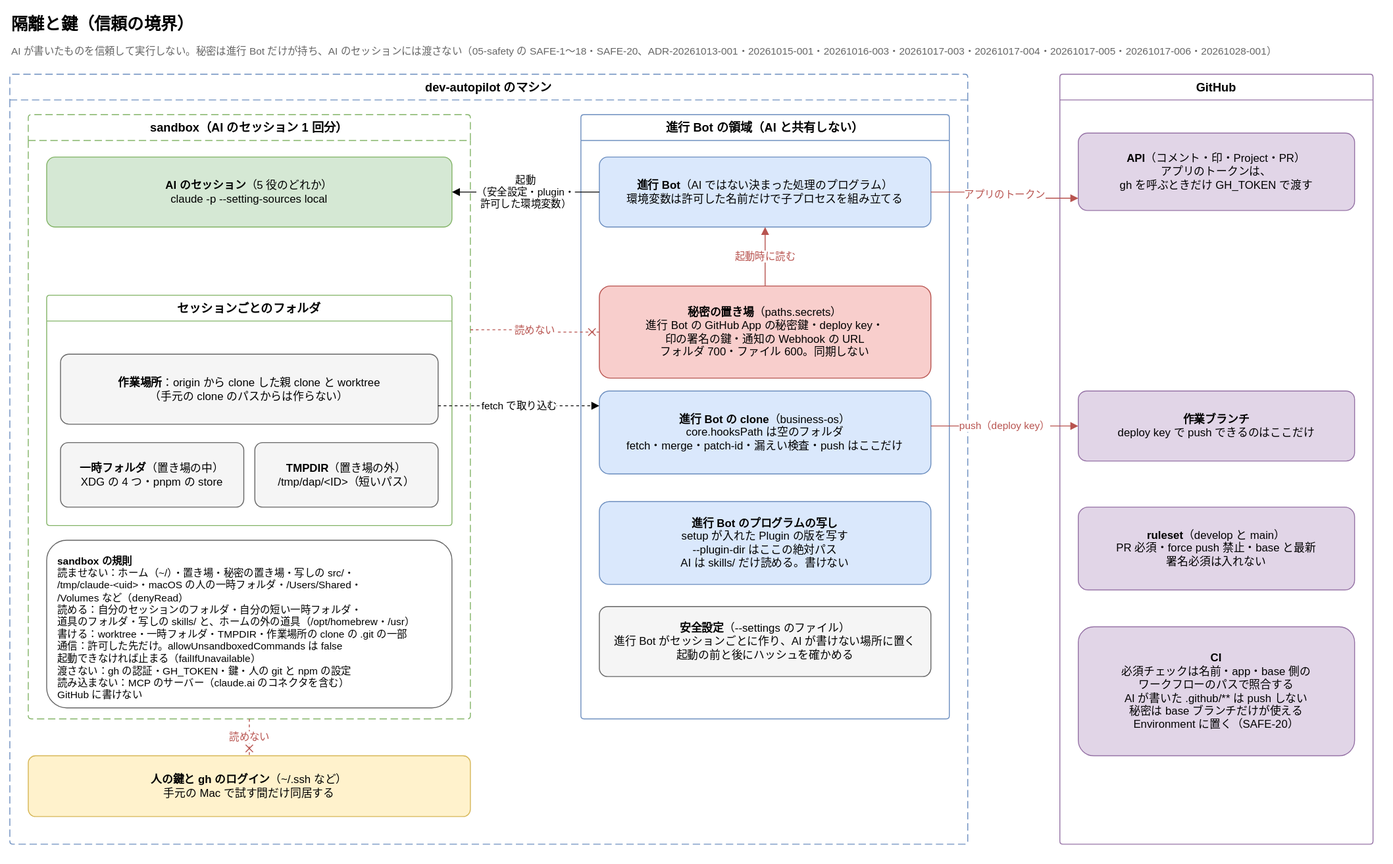
Earlier version of the draw.io export docs/requirements/diagrams/isolation-and-keys.drawio.svg (Joymerrevent/dev-autopilot). Source tidied: cells renumbered, new cells last; positions are measured from the earlier drawing's top-left corner, leaving out a move shared by most shapes.
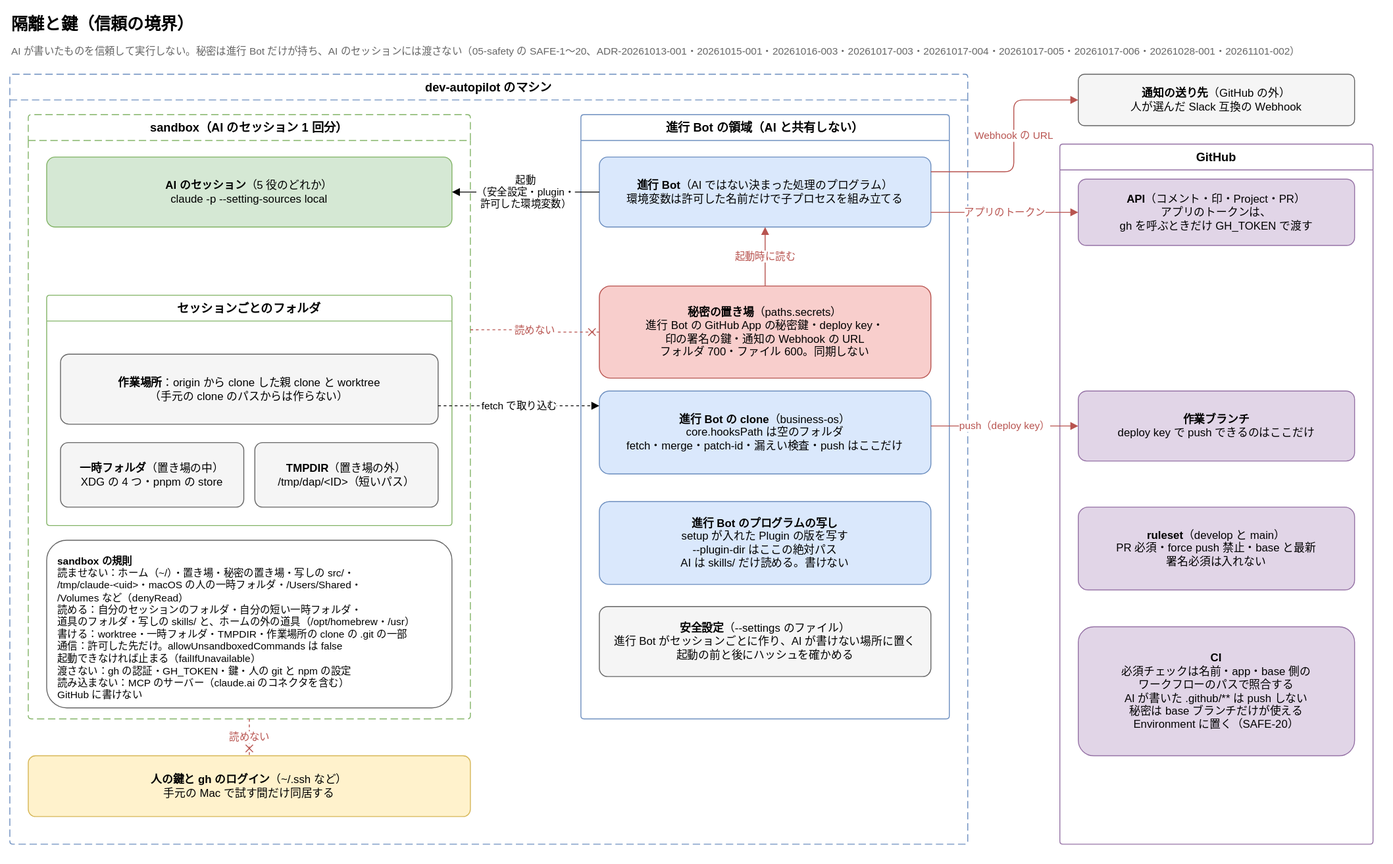
After the change.

Commit message:
docs: 全体の構成と隔離と鍵の図に、進行 Bot から GitHub の外への通知の送り先への線を足す

ADR-20261101-002 の反映（#195）で、秘密の置き場の箱に URL を足すだけにしていた残り。
全体の構成の図は何を送り誰に知らせるかを、隔離と鍵の図はどの秘密を使うかを描く。
ほかの外への経路（push・コメントと印）と同じ描き分けにそろえた。

Claude-Session: https://claude.ai/code/session_01LvmXQN14Y95msvojZ6hWNP

Diff of the diagram source:
```diff
@@ -5,7 +5,7 @@
     <mxCell id="2" value="隔離と鍵（信頼の境界）" style="text;html=1;whiteSpace=wrap;align=left;verticalAlign=middle;fontSize=18;fontStyle=1;" parent="1" vertex="1">
       <mxGeometry width="900" height="32" as="geometry" />
     </mxCell>
-    <mxCell id="3" value="AI が書いたものを信頼して実行しない。秘密は進行 Bot だけが持ち、AI のセッションには渡さない（05-safety の SAFE-1〜18・SAFE-20、ADR-20261013-001・20261015-001・20261016-003・20261017-003・20261017-004・20261017-005・20261017-006・20261028-001）" style="text;html=1;whiteSpace=wrap;align=left;verticalAlign=top;fontSize=11;fontColor=#666666;" parent="1" vertex="1">
+    <mxCell id="3" value="AI が書いたものを信頼して実行しない。秘密は進行 Bot だけが持ち、AI のセッションには渡さない（05-safety の SAFE-1〜20、ADR-20261013-001・20261015-001・20261016-003・20261017-003・20261017-004・20261017-005・20261017-006・20261028-001・20261101-002）" style="text;html=1;whiteSpace=wrap;align=left;verticalAlign=top;fontSize=11;fontColor=#666666;" parent="1" vertex="1">
       <mxGeometry y="32" width="1480" height="22" as="geometry" />
     </mxCell>
     <mxCell id="4" value="dev-autopilot のマシン" style="swimlane;startSize=28;html=1;whiteSpace=wrap;rounded=1;arcSize=4;dashed=1;dashPattern=8 4;fontStyle=1;fontSize=13;strokeColor=#6c8ebf;fillColor=none;swimlaneFillColor=none;" parent="1" vertex="1">
@@ -54,20 +54,31 @@
       <mxGeometry x="20" y="740" width="480" height="66" as="geometry" />
     </mxCell>
     <mxCell id="19" value="GitHub" style="swimlane;startSize=28;html=1;whiteSpace=wrap;rounded=1;arcSize=4;fontStyle=1;fontSize=13;strokeColor=#9673a6;fillColor=none;swimlaneFillColor=none;" parent="1" vertex="1">
-      <mxGeometry x="1140" y="70" width="340" height="836" as="geometry" />
+      <mxGeometry x="1140" y="146" width="340" height="760" as="geometry" />
     </mxCell>
     <mxCell id="20" value="&lt;b&gt;API&lt;/b&gt;（コメント・印・Project・PR）&lt;br&gt;アプリのトークンは、&lt;br&gt;gh を呼ぶときだけ GH_TOKEN で渡す" style="rounded=1;whiteSpace=wrap;html=1;fontSize=12;arcSize=12;fillColor=#e1d5e7;strokeColor=#9673a6;spacing=12;" parent="19" vertex="1">
-      <mxGeometry x="20" y="64" width="300" height="84" as="geometry" />
+      <mxGeometry x="20" y="38" width="300" height="72" as="geometry" />
     </mxCell>
     <mxCell id="21" value="&lt;b&gt;作業ブランチ&lt;/b&gt;&lt;br&gt;deploy key で push できるのはここだけ" style="rounded=1;whiteSpace=wrap;html=1;fontSize=12;arcSize=12;fillColor=#e1d5e7;strokeColor=#9673a6;spacing=12;" parent="19" vertex="1">
-      <mxGeometry x="20" y="344" width="300" height="76" as="geometry" />
+      <mxGeometry x="20" y="268" width="300" height="76" as="geometry" />
     </mxCell>
     <mxCell id="22" value="&lt;b&gt;ruleset&lt;/b&gt;（develop と main）&lt;br&gt;PR 必須・force push 禁止・base と最新&lt;br&gt;署名必須は入れない" style="rounded=1;whiteSpace=wrap;html=1;fontSize=12;arcSize=12;fillColor=#e1d5e7;strokeColor=#9673a6;spacing=12;" parent="19" vertex="1">
-      <mxGeometry x="20" y="470" width="300" height="90" as="geometry" />
+      <mxGeometry x="20" y="394" width="300" height="90" as="geometry" />
     </mxCell>
     <mxCell id="23" value="&lt;b&gt;CI&lt;/b&gt;&lt;br&gt;必須チェックは名前・app・base 側の&lt;br&gt;ワークフローのパスで照合する&lt;br&gt;AI が書いた .github/** は push しない&lt;br&gt;秘密は base ブランチだけが使える&lt;br&gt;Environment に置く（SAFE-20）" style="rounded=1;whiteSpace=wrap;html=1;fontSize=12;arcSize=12;fillColor=#e1d5e7;strokeColor=#9673a6;spacing=12;" parent="19" vertex="1">
-      <mxGeometry x="20" y="600" width="300" height="140" as="geometry" />
+      <mxGeometry x="20" y="524" width="300" height="140" as="geometry" />
     </mxCell>
+    <mxCell id="31" value="&lt;b&gt;通知の送り先&lt;/b&gt;（GitHub の外）&lt;br&gt;人が選んだ Slack 互換の Webhook" style="rounded=1;whiteSpace=wrap;html=1;fontSize=12;arcSize=12;fillColor=#f5f5f5;strokeColor=#666666;spacing=12;" parent="1" vertex="1">
+      <mxGeometry x="1160" y="70" width="300" height="56" as="geometry" />
+    </mxCell>
+    <mxCell id="32" value="Webhook の URL" style="edgeStyle=orthogonalEdgeStyle;rounded=1;html=1;endArrow=block;endFill=1;fontSize=11;labelBackgroundColor=#ffffff;strokeColor=#b85450;fontColor=#b85450;exitX=1;exitY=0.2105;exitDx=0;exitDy=0;entryX=0;entryY=0.5;entryDx=0;entryDy=0;" parent="1" edge="1" source="13" target="31">
+      <mxGeometry x="0.08" relative="1" as="geometry">
+        <Array as="points">
+          <mxPoint x="1090" y="176" />
+          <mxPoint x="1090" y="98" />
+        </Array>
+      </mxGeometry>
+    </mxCell>
     <mxCell id="24" value="起動時に読む" style="edgeStyle=orthogonalEdgeStyle;rounded=1;html=1;endArrow=block;endFill=1;fontSize=11;labelBackgroundColor=#ffffff;strokeColor=#b85450;fontColor=#b85450;exitX=0.5;exitY=0;exitDx=0;exitDy=0;entryX=0.5;entryY=1;entryDx=0;entryDy=0;" parent="1" edge="1" source="14" target="13">
       <mxGeometry relative="1" as="geometry" />
     </mxCell>
@@ -80,7 +91,7 @@
     <mxCell id="27" value="読めない" style="edgeStyle=orthogonalEdgeStyle;rounded=1;html=1;endArrow=block;endFill=1;fontSize=11;labelBackgroundColor=#ffffff;dashed=1;strokeColor=#b85450;fontColor=#b85450;endArrow=cross;endFill=0;exitX=1;exitY=0.356;exitDx=0;exitDy=0;entryX=0;entryY=0.5;entryDx=0;entryDy=0;" parent="1" edge="1" source="5" target="14">
       <mxGeometry relative="1" as="geometry" />
     </mxCell>
-    <mxCell id="28" value="アプリのトークン" style="edgeStyle=orthogonalEdgeStyle;rounded=1;html=1;endArrow=block;endFill=1;fontSize=11;labelBackgroundColor=#ffffff;strokeColor=#b85450;fontColor=#b85450;exitX=1;exitY=0.5;exitDx=0;exitDy=0;entryX=0;entryY=0.842;entryDx=0;entryDy=0;" parent="1" edge="1" source="13" target="20">
+    <mxCell id="28" value="アプリのトークン" style="edgeStyle=orthogonalEdgeStyle;rounded=1;html=1;endArrow=block;endFill=1;fontSize=11;labelBackgroundColor=#ffffff;strokeColor=#b85450;fontColor=#b85450;exitX=1;exitY=0.7895;exitDx=0;exitDy=0;entryX=0;entryY=0.5;entryDx=0;entryDy=0;" parent="1" edge="1" source="13" target="20">
       <mxGeometry relative="1" as="geometry" />
     </mxCell>
     <mxCell id="29" value="push（deploy key）" style="edgeStyle=orthogonalEdgeStyle;rounded=1;html=1;endArrow=block;endFill=1;fontSize=11;labelBackgroundColor=#ffffff;strokeColor=#b85450;fontColor=#b85450;exitX=1;exitY=0.422;exitDx=0;exitDy=0;entryX=0;entryY=0.5;entryDx=0;entryDy=0;" parent="1" edge="1" source="15" target="21">
```
